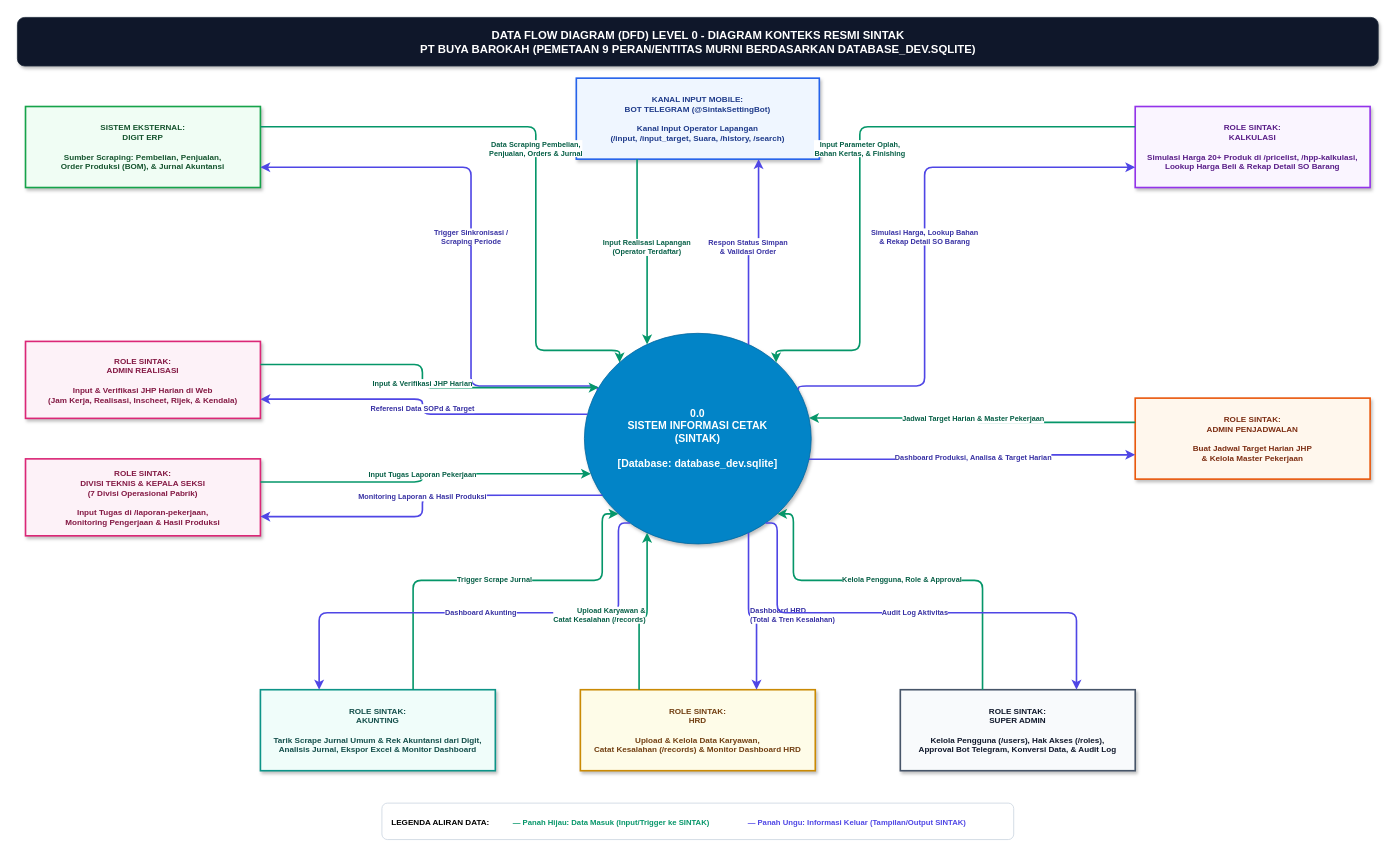
Before: page "DFD Level 0 - Diagram Konteks" (1 of 3) of sintak-dfd.drawio in nauval131922-2/sintak_pt_buya_barokah, a draw.io diagram. Source tidied: cells renumbered, new cells numbered last; positions are measured from the earlier drawing's top-left corner, leaving out a move shared by most shapes. Both pictures are drawn from the tidied source at 81%, with x=0, y=0 at pixel (17, 17).
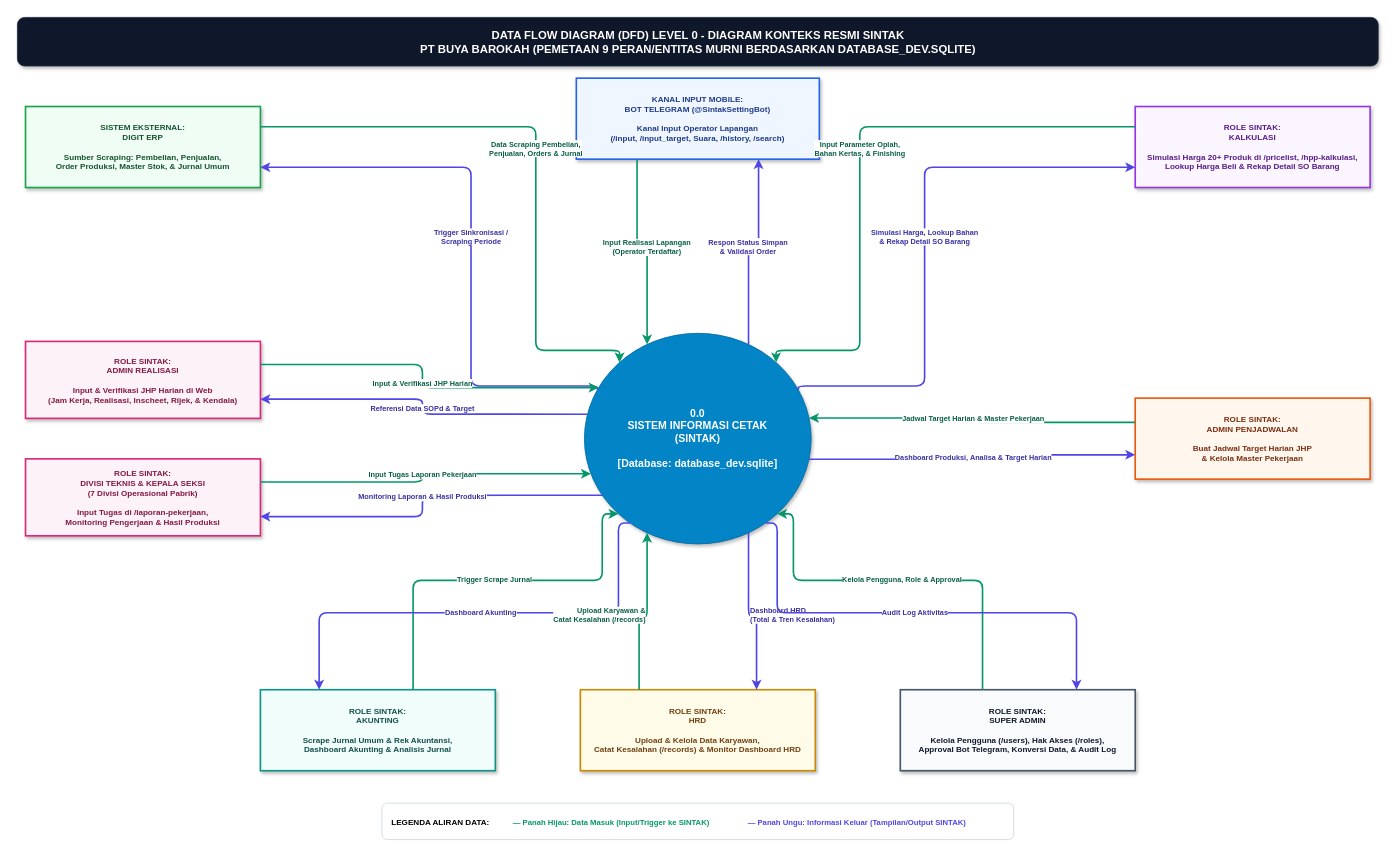
Above is the later version.

Commit message (it also covers changes not shown here):
docs: sederhanakan seluruh kalimat berbelit-belit menjadi istilah lugas sesuai menu riil sistem SINTAK

Change to the diagram source:
```diff
@@
-    <mxCell id="6" value="SISTEM EKSTERNAL:&#10;DIGIT ERP&#10;&#10;Sumber Scraping: Pembelian, Penjualan,&#10;Order Produksi (BOM), &amp; Jurnal Akuntansi" style="rounded=0;whiteSpace=wrap;html=1;shadow=1;fontSize=10;fontStyle=1;align=center;verticalAlign=middle;strokeWidth=2;fillColor=#f0fdf4;strokeColor=#16a34a;fontColor=#14532d;" parent="1" vertex="1">
+    <mxCell id="6" value="SISTEM EKSTERNAL:&#10;DIGIT ERP&#10;&#10;Sumber Scraping: Pembelian, Penjualan,&#10;Order Produksi, Master Stok, &amp; Jurnal Umum" style="rounded=0;whiteSpace=wrap;html=1;shadow=1;fontSize=10;fontStyle=1;align=center;verticalAlign=middle;strokeWidth=2;fillColor=#f0fdf4;strokeColor=#16a34a;fontColor=#14532d;" parent="1" vertex="1">
       <mxGeometry x="10" y="110" width="290" height="100" as="geometry" />
     </mxCell>
@@
-    <mxCell id="11" value="ROLE SINTAK:&#10;AKUNTING&#10;&#10;Tarik Scrape Jurnal Umum &amp; Rek Akuntansi dari Digit,&#10;Analisis Jurnal, Ekspor Excel &amp; Monitor Dashboard" style="rounded=0;whiteSpace=wrap;html=1;shadow=1;fontSize=10;fontStyle=1;align=center;verticalAlign=middle;strokeWidth=2;fillColor=#f0fdfa;strokeColor=#0d9488;fontColor=#134e4a;" parent="1" vertex="1">
+    <mxCell id="11" value="ROLE SINTAK:&#10;AKUNTING&#10;&#10;Scrape Jurnal Umum &amp; Rek Akuntansi,&#10;Dashboard Akunting &amp; Analisis Jurnal" style="rounded=0;whiteSpace=wrap;html=1;shadow=1;fontSize=10;fontStyle=1;align=center;verticalAlign=middle;strokeWidth=2;fillColor=#f0fdfa;strokeColor=#0d9488;fontColor=#134e4a;" parent="1" vertex="1">
       <mxGeometry x="300" y="830" width="290" height="100" as="geometry" />
     </mxCell>
```
